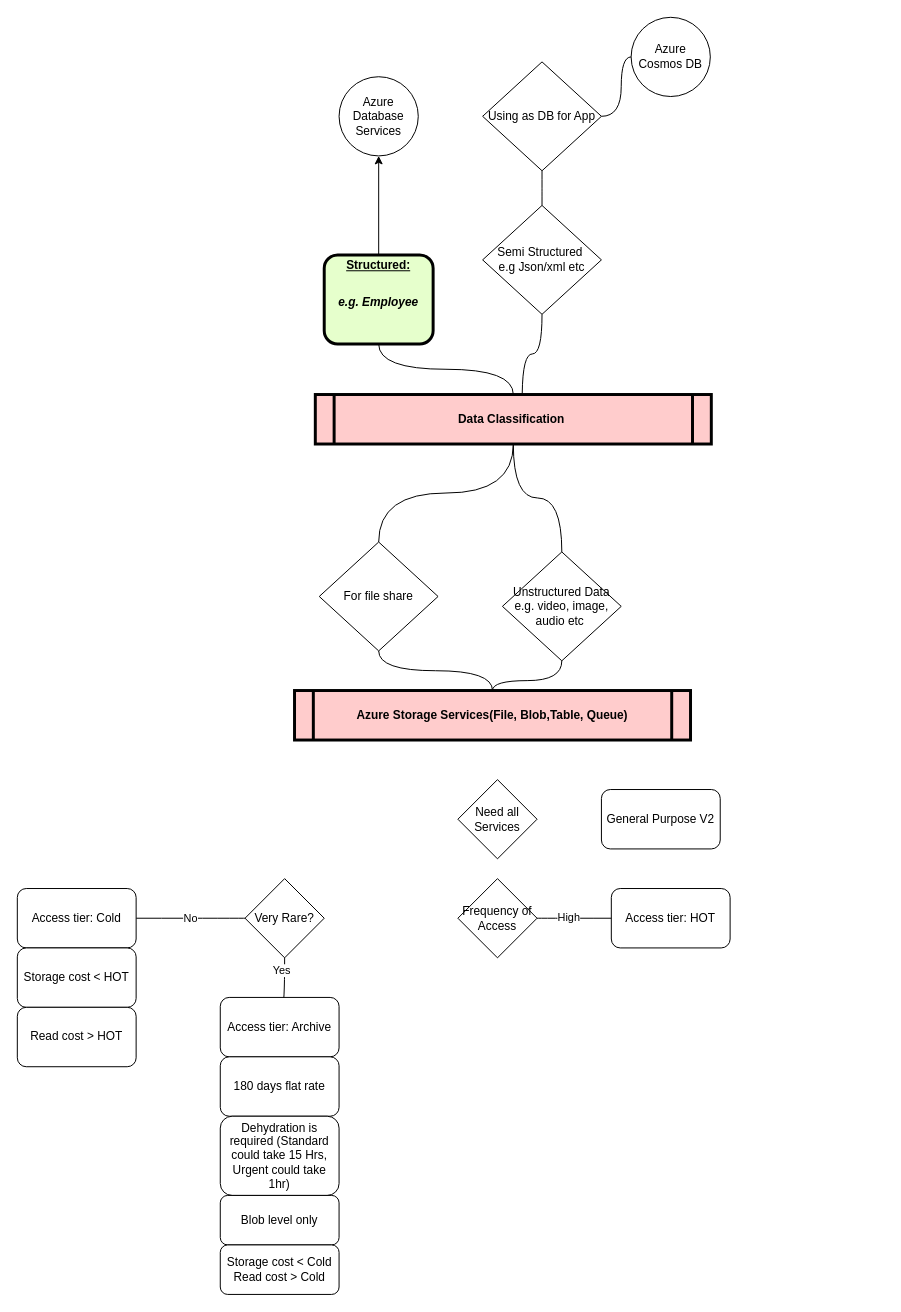
sheshi-sheri/Azure keeps this draw.io diagram as page "Page-2" (2 of 2) of flowdiagrams/Untitled Diagram.drawio. Above is the earlier version. Source tidied: cells renumbered, new cells numbered last; positions are measured from the earlier drawing's top-left corner, leaving out a move shared by most shapes. Both pictures are drawn from the tidied source at 99%, with x=0, y=0 at pixel (17, 17).
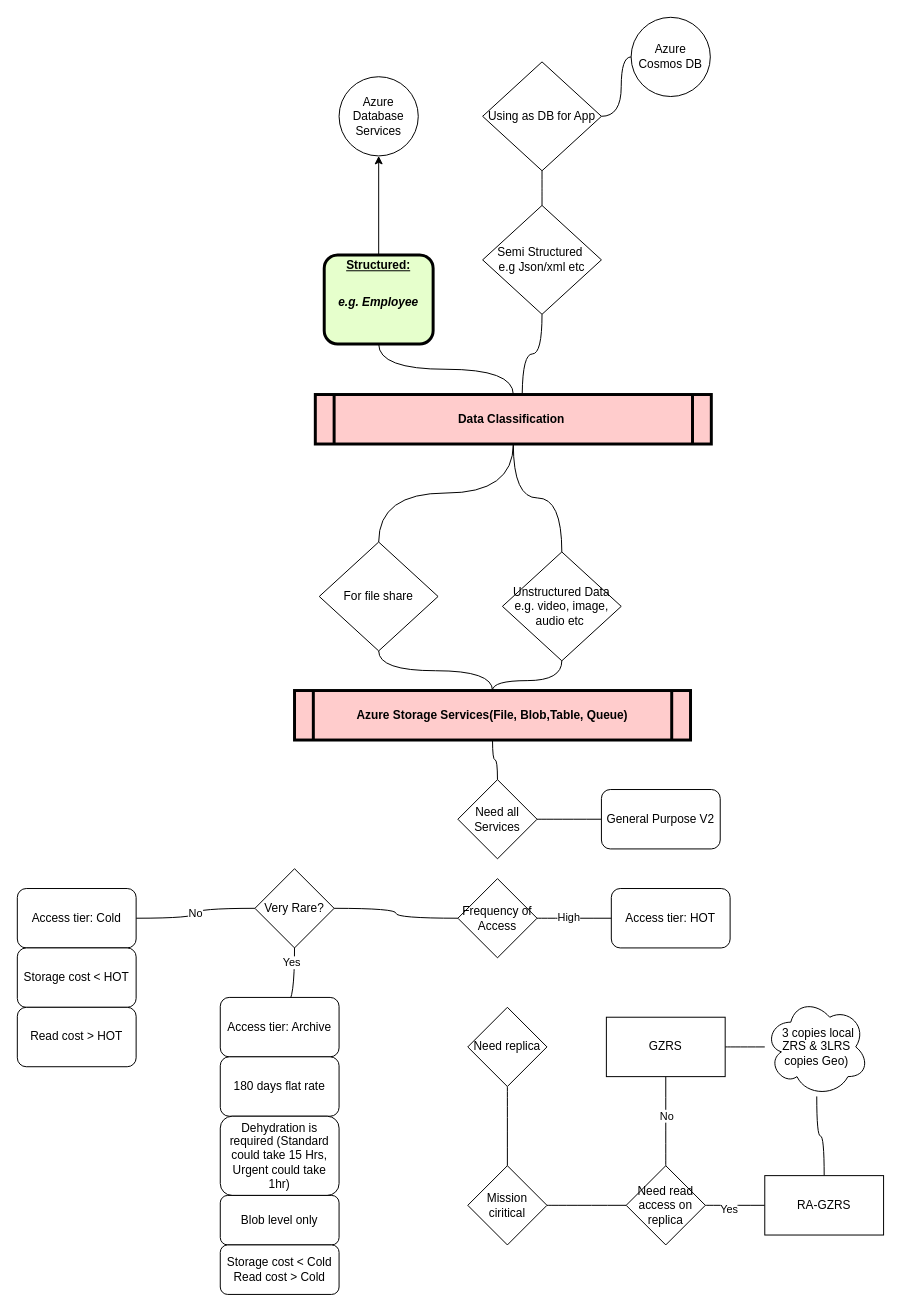
Above is the later version.

Unchanged cells that the change refers to:
```xml
<mxCell id="19" value="Azure Storage Services(File, Blob,Table, Queue)" style="shape=process;whiteSpace=wrap;align=center;verticalAlign=middle;size=0.0475;fontStyle=1;strokeWidth=3;fillColor=#FFCCCC;" parent="1" vertex="1">
  <mxGeometry x="280" y="680" width="400" height="50" as="geometry" />
</mxCell>
<mxCell id="21" value="General Purpose V2" style="rounded=1;whiteSpace=wrap;html=1;" parent="1" vertex="1">
  <mxGeometry x="590" y="780" width="120" height="60" as="geometry" />
</mxCell>
<mxCell id="25" value="Frequency of Access" style="rhombus;whiteSpace=wrap;html=1;" parent="1" vertex="1">
  <mxGeometry x="445" y="870" width="80" height="80" as="geometry" />
</mxCell>
```

Diff of the diagram source:
```diff
@@
+    <mxCell id="38" style="edgeStyle=orthogonalEdgeStyle;curved=1;rounded=0;jettySize=auto;html=1;endArrow=none;endFill=0;" parent="1" edge="1" source="19" target="20">
+      <mxGeometry relative="1" as="geometry" />
+    </mxCell>
@@
-    <mxCell id="20" value="Need all Services" style="rhombus;whiteSpace=wrap;html=1;" parent="1" vertex="1">
-      <mxGeometry x="445" y="770" width="80" height="80" as="geometry" />
-    </mxCell>
+    <mxCell id="39" style="edgeStyle=orthogonalEdgeStyle;curved=1;rounded=0;jettySize=auto;html=1;endArrow=none;endFill=0;" parent="1" edge="1" source="20" target="21">
+      <mxGeometry relative="1" as="geometry" />
+    </mxCell>
@@
+    <mxCell id="40" style="edgeStyle=orthogonalEdgeStyle;curved=1;rounded=0;jettySize=auto;html=1;endArrow=none;endFill=0;" parent="1" edge="1" source="25" target="29">
+      <mxGeometry relative="1" as="geometry" />
+    </mxCell>
@@
     <mxCell id="29" value="Very Rare?" style="rhombus;whiteSpace=wrap;html=1;" parent="1" vertex="1">
-      <mxGeometry x="230" y="870" width="80" height="80" as="geometry" />
+      <mxGeometry x="240" y="860" width="80" height="80" as="geometry" />
     </mxCell>
@@
+    <mxCell id="41" style="edgeStyle=orthogonalEdgeStyle;curved=1;rounded=0;jettySize=auto;html=1;endArrow=none;endFill=0;" parent="1" edge="1" source="42" target="44">
+      <mxGeometry relative="1" as="geometry" />
+    </mxCell>
+    <mxCell id="42" value="Need replica" style="rhombus;whiteSpace=wrap;html=1;" parent="1" vertex="1">
+      <mxGeometry x="455" y="1000" width="80" height="80" as="geometry" />
+    </mxCell>
+    <mxCell id="43" style="edgeStyle=orthogonalEdgeStyle;curved=1;rounded=0;jettySize=auto;html=1;endArrow=none;endFill=0;" parent="1" edge="1" source="44" target="49">
+      <mxGeometry relative="1" as="geometry" />
+    </mxCell>
+    <mxCell id="44" value="Mission ciritical" style="rhombus;whiteSpace=wrap;html=1;" parent="1" vertex="1">
+      <mxGeometry x="455" y="1160" width="80" height="80" as="geometry" />
+    </mxCell>
+    <mxCell id="45" style="edgeStyle=orthogonalEdgeStyle;curved=1;rounded=0;jettySize=auto;html=1;endArrow=none;endFill=0;" parent="1" edge="1" source="49" target="51">
+      <mxGeometry relative="1" as="geometry" />
+    </mxCell>
+    <mxCell id="46" value="Yes" style="edgeLabel;html=1;align=center;verticalAlign=middle;" parent="45" vertex="1">
+      <mxGeometry x="-0.23" y="-3" relative="1" as="geometry" />
+    </mxCell>
+    <mxCell id="47" style="edgeStyle=orthogonalEdgeStyle;curved=1;rounded=0;jettySize=auto;html=1;endArrow=none;endFill=0;" parent="1" edge="1" source="49" target="53">
+      <mxGeometry relative="1" as="geometry" />
+    </mxCell>
+    <mxCell id="48" value="No" style="edgeLabel;html=1;align=center;verticalAlign=middle;" parent="47" vertex="1">
+      <mxGeometry x="0.16" relative="1" as="geometry">
+        <mxPoint y="1" as="offset" />
+      </mxGeometry>
+    </mxCell>
+    <mxCell id="49" value="Need read access on replica" style="rhombus;whiteSpace=wrap;html=1;" parent="1" vertex="1">
+      <mxGeometry x="615" y="1160" width="80" height="80" as="geometry" />
+    </mxCell>
+    <mxCell id="50" style="edgeStyle=orthogonalEdgeStyle;curved=1;rounded=0;jettySize=auto;html=1;endArrow=none;endFill=0;" parent="1" edge="1" source="51" target="54">
+      <mxGeometry relative="1" as="geometry" />
+    </mxCell>
+    <mxCell id="51" value="RA-GZRS" style="whiteSpace=wrap;html=1;" parent="1" vertex="1">
+      <mxGeometry x="755" y="1170" width="120" height="60" as="geometry" />
+    </mxCell>
+    <mxCell id="52" style="edgeStyle=orthogonalEdgeStyle;curved=1;rounded=0;jettySize=auto;html=1;endArrow=none;endFill=0;" parent="1" edge="1" source="53" target="54">
+      <mxGeometry relative="1" as="geometry" />
+    </mxCell>
+    <mxCell id="53" value="GZRS" style="whiteSpace=wrap;html=1;" parent="1" vertex="1">
+      <mxGeometry x="595" y="1010" width="120" height="60" as="geometry" />
+    </mxCell>
+    <mxCell id="54" value="&lt;span&gt;&amp;nbsp;3 copies local ZRS &amp;amp; 3LRS copies Geo)&lt;/span&gt;" style="ellipse;shape=cloud;whiteSpace=wrap;html=1;" parent="1" vertex="1">
+      <mxGeometry x="755" y="990" width="105" height="100" as="geometry" />
+    </mxCell>
+    <mxCell id="20" value="Need all Services" style="rhombus;whiteSpace=wrap;html=1;" parent="1" vertex="1">
+      <mxGeometry x="445" y="770" width="80" height="80" as="geometry" />
+    </mxCell>
```
